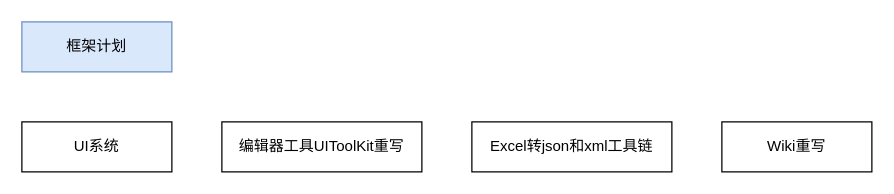
The draw.io diagram page "框架计划" (1 of 5) of 框架设计流程图.drawio in Josh-Jun/UnityAppFramework, before the edit. Source tidied: cells renumbered, new cells numbered last; positions are measured from the earlier drawing's top-left corner, leaving out a move shared by most shapes. Both pictures are drawn from the tidied source at 125%, with x=0, y=0 at pixel (21, 21).
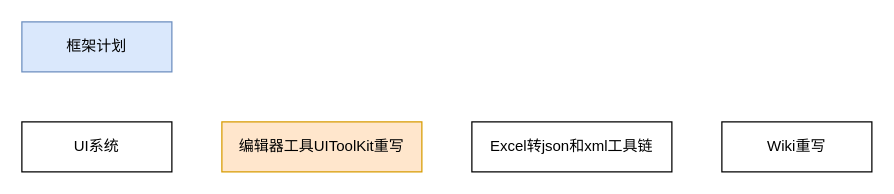
The same page after the edit.

The edit, as a diff of the source:
```diff
@@
 <mxGraphModel>
   <root>
     <mxCell id="0" />
     <mxCell id="1" parent="0" />
     <mxCell id="2" value="框架计划" style="rounded=0;whiteSpace=wrap;html=1;fillColor=#dae8fc;strokeColor=#6c8ebf;" parent="1" vertex="1">
       <mxGeometry width="120" height="40" as="geometry" />
     </mxCell>
     <mxCell id="3" value="UI系统" style="rounded=0;whiteSpace=wrap;html=1;" parent="1" vertex="1">
       <mxGeometry y="80" width="120" height="40" as="geometry" />
     </mxCell>
-    <mxCell id="4" value="编辑器工具UIToolKit重写" style="rounded=0;whiteSpace=wrap;html=1;" parent="1" vertex="1">
+    <mxCell id="4" value="编辑器工具UIToolKit重写" style="rounded=0;whiteSpace=wrap;html=1;fillColor=#ffe6cc;strokeColor=#d79b00;" parent="1" vertex="1">
       <mxGeometry x="160" y="80" width="160" height="40" as="geometry" />
     </mxCell>
     <mxCell id="5" value="Excel转json和xml工具链" style="rounded=0;whiteSpace=wrap;html=1;" parent="1" vertex="1">
       <mxGeometry x="360" y="80" width="160" height="40" as="geometry" />
     </mxCell>
     <mxCell id="6" value="Wiki重写" style="rounded=0;whiteSpace=wrap;html=1;" parent="1" vertex="1">
       <mxGeometry x="560" y="80" width="120" height="40" as="geometry" />
     </mxCell>
   </root>
 </mxGraphModel>
```
